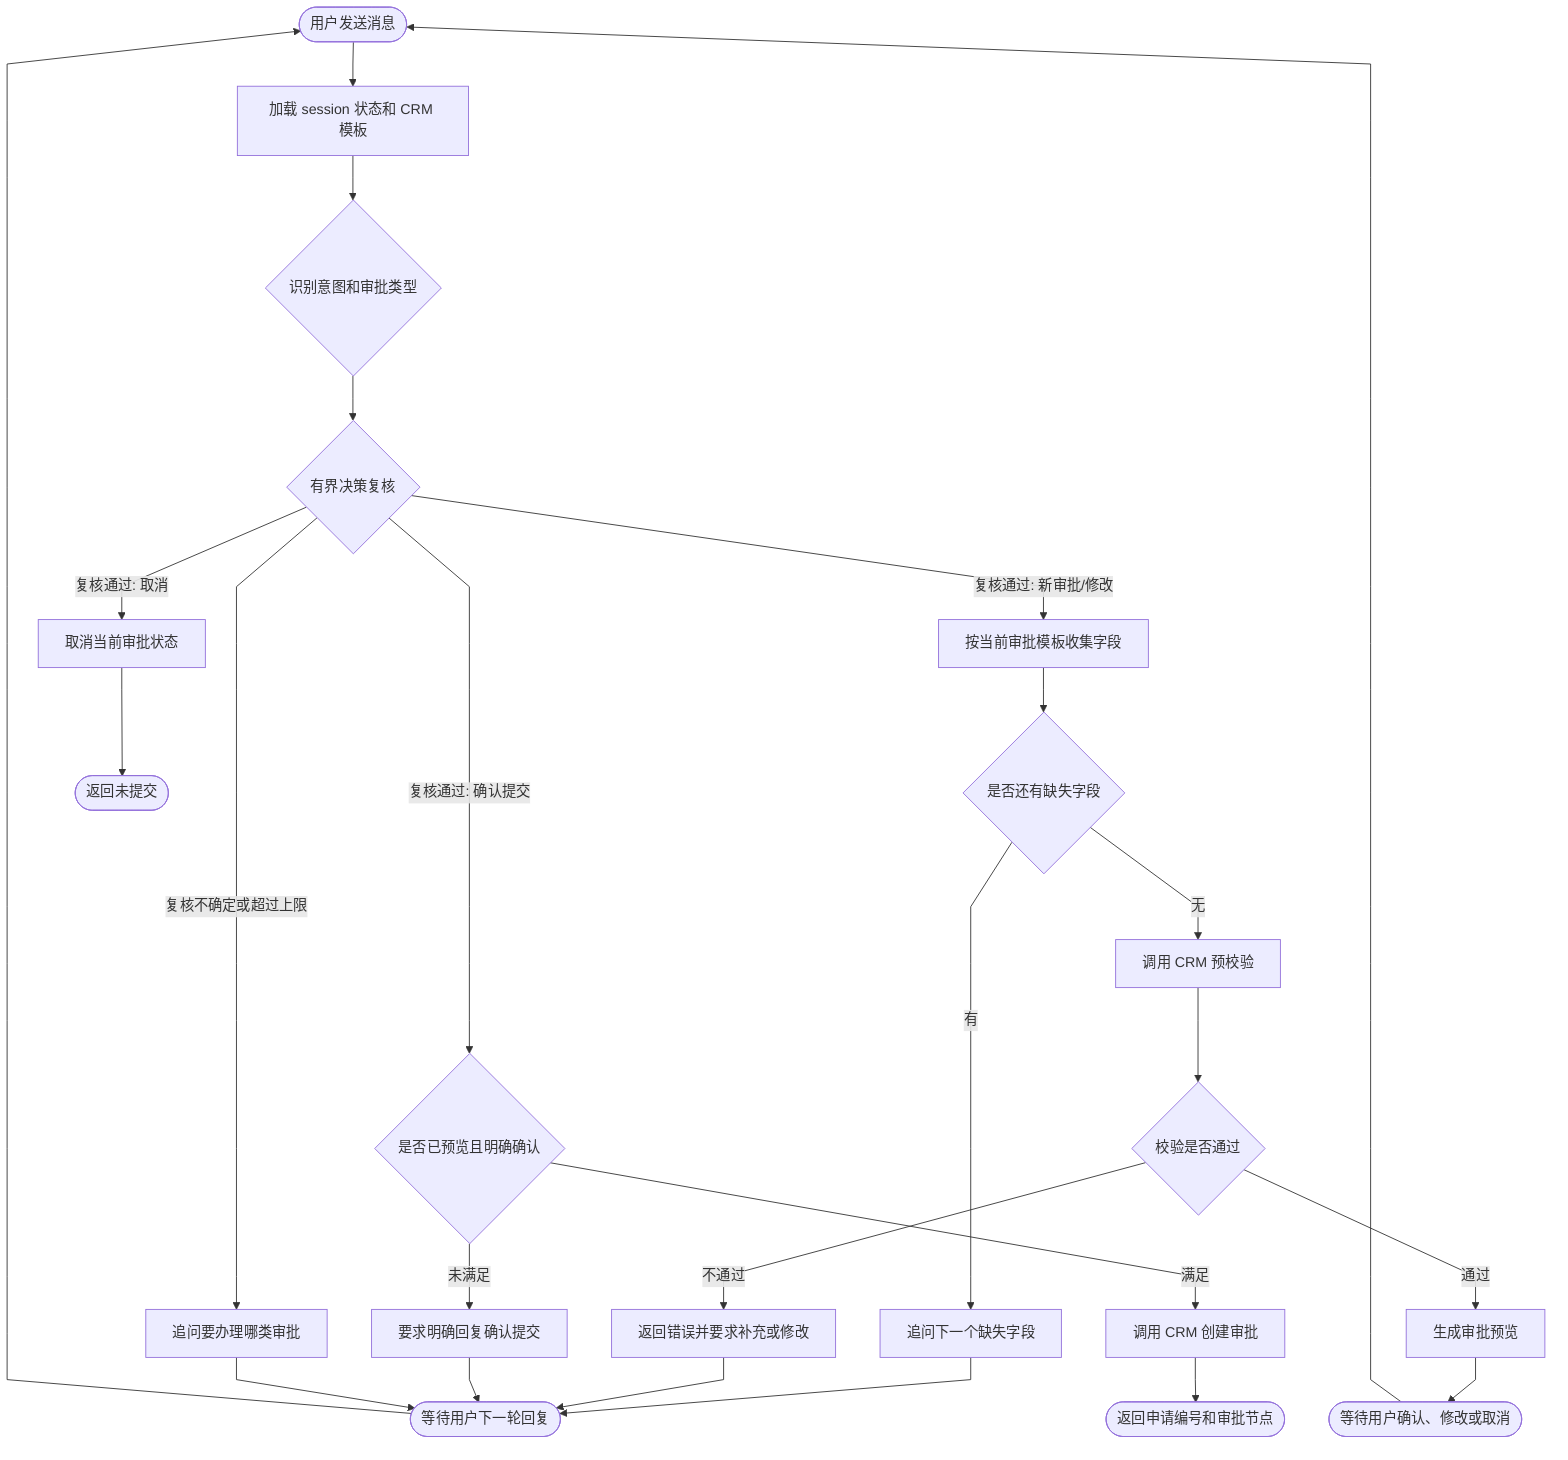
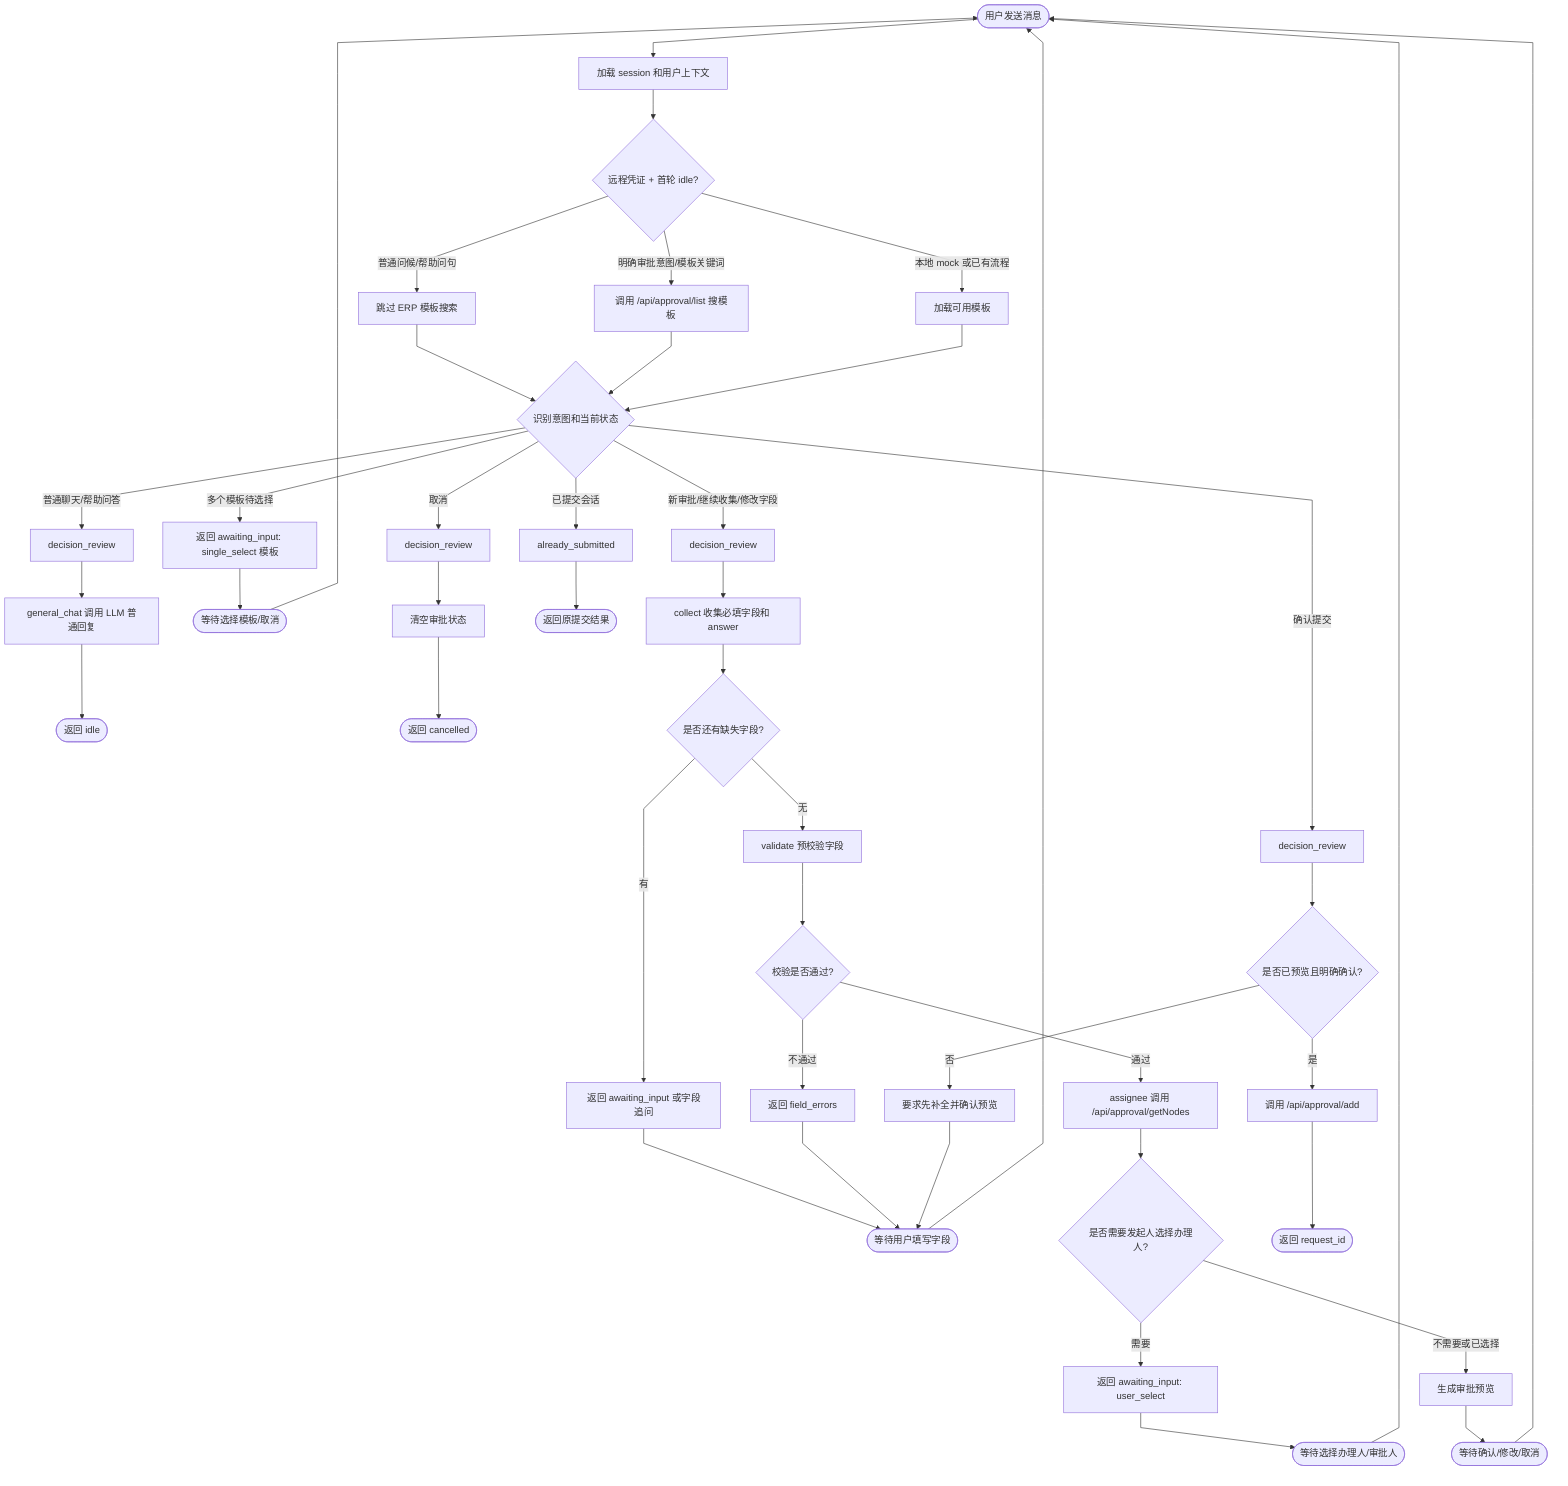
---
config:
  flowchart:
    curve: linear
---
graph TD
-     start([用户发送消息]) --> load[加载 session 状态和 CRM 模板]
-     load --> classify{识别意图和审批类型}
-     classify --> review{有界决策复核}
+     start([用户发送消息]) --> load[加载 session 和用户上下文]
+     load --> remote_gate{远程凭证 + 首轮 idle?}

-     review -->|复核通过: 新审批/修改| collect[按当前审批模板收集字段]
-     review -->|复核通过: 取消| cancel[取消当前审批状态]
-     review -->|复核通过: 确认提交| submit_guard{是否已预览且明确确认}
-     review -->|复核不确定或超过上限| clarify[追问要办理哪类审批]
+     remote_gate -->|普通问候/帮助问句| skip_templates[跳过 ERP 模板搜索]
+     remote_gate -->|明确审批意图/模板关键词| search_templates[调用 /api/approval/list 搜模板]
+     remote_gate -->|本地 mock 或已有流程| load_templates[加载可用模板]

-     collect --> missing{是否还有缺失字段}
-     missing -->|有| ask[追问下一个缺失字段]
-     ask --> wait_user([等待用户下一轮回复])
-     wait_user --> start
+     skip_templates --> classify{识别意图和当前状态}
+     search_templates --> classify
+     load_templates --> classify

-     missing -->|无| validate[调用 CRM 预校验]
-     validate --> valid{校验是否通过}
-     valid -->|不通过| fix[返回错误并要求补充或修改]
-     fix --> wait_user
+     classify -->|普通聊天/帮助问答| review_general[decision_review]
+     review_general --> general_chat[general_chat 调用 LLM 普通回复]
+     general_chat --> idle([返回 idle])

-     valid -->|通过| preview[生成审批预览]
-     preview --> wait_confirm([等待用户确认、修改或取消])
+     classify -->|多个模板待选择| template_choice[返回 awaiting_input: single_select 模板]
+     template_choice --> wait_template([等待选择模板/取消])
+     wait_template --> start
+ 
+     classify -->|取消| review_cancel[decision_review]
+     review_cancel --> cancel[清空审批状态]
+     cancel --> cancelled([返回 cancelled])
+ 
+     classify -->|已提交会话| already[already_submitted]
+     already --> submitted_again([返回原提交结果])
+ 
+     classify -->|新审批/继续收集/修改字段| review_collect[decision_review]
+     review_collect --> collect[collect 收集必填字段和 answer]
+     collect --> missing{是否还有缺失字段?}
+     missing -->|有| ask_field[返回 awaiting_input 或字段追问]
+     ask_field --> wait_field([等待用户填写字段])
+     wait_field --> start
+ 
+     missing -->|无| validate[validate 预校验字段]
+     validate --> valid{校验是否通过?}
+     valid -->|不通过| fix[返回 field_errors]
+     fix --> wait_field
+ 
+     valid -->|通过| assignee[assignee 调用 /api/approval/getNodes]
+     assignee --> need_user{是否需要发起人选择办理人?}
+     need_user -->|需要| ask_assignee[返回 awaiting_input: user_select]
+     ask_assignee --> wait_assignee([等待选择办理人/审批人])
+     wait_assignee --> start
+ 
+     need_user -->|不需要或已选择| preview[生成审批预览]
+     preview --> wait_confirm([等待确认/修改/取消])
    wait_confirm --> start

-     submit_guard -->|未满足| clarify_confirm[要求明确回复确认提交]
-     clarify_confirm --> wait_user
-     submit_guard -->|满足| submit[调用 CRM 创建审批]
-     submit --> submitted([返回申请编号和审批节点])
- 
-     cancel --> cancelled([返回未提交])
-     clarify --> wait_user
+     classify -->|确认提交| review_submit[decision_review]
+     review_submit --> submit_guard{是否已预览且明确确认?}
+     submit_guard -->|否| clarify_confirm[要求先补全并确认预览]
+     clarify_confirm --> wait_field
+     submit_guard -->|是| submit[调用 /api/approval/add]
+     submit --> submitted([返回 request_id])
